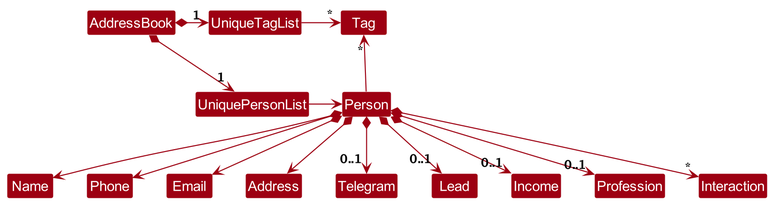
This is docs/images/BetterModelClassDiagram.png from nus-cs2103-AY2324S1/tp, a PlantUML export, as it was before one commit. Its source is kept beside it as docs/diagrams/BetterModelClassDiagram.puml.
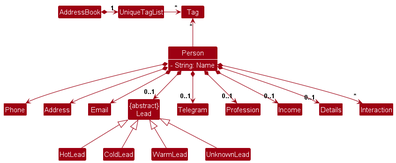
After the commit.

What changed in the source:
```diff
@@ -4,17 +4,19 @@
 skinparam arrowColor MODEL_COLOR
 skinparam classBackgroundColor MODEL_COLOR
 
-AddressBook *-right-> "1" UniquePersonList
 AddressBook *-right-> "1" UniqueTagList
-UniqueTagList -[hidden]down- UniquePersonList
-UniqueTagList -[hidden]down- UniquePersonList
 
 UniqueTagList -right-> "*" Tag
-UniquePersonList -right-> Person
+
+Class Person {
+    <color: #FFFFFF>- String: Name
+}
+Class "{abstract}\nLead" as Lead
+
+show Person fields
 
 Person -up-> "*" Tag
 
-Person *--> Name
 Person *--> Phone
 Person *--> Email
 Person *--> Address
@@ -23,5 +25,19 @@
 Person *--> "0..1" Lead
 Person *--> "0..1" Income
 Person *--> "0..1" Profession
+Person *--> "0..1" Details
 Person *--> "*" Interaction
+
+Phone -[hidden]right-> Address
+Address -[hidden]right-> Email
+Email -[hidden]right-> Lead
+Lead -[hidden]right-> Telegram
+Telegram -[hidden]right-> Profession
+Profession -[hidden]right-> Income
+Income -[hidden]right-> Details
+
+HotLead -up-|> Lead
+ColdLead -up-|> Lead
+WarmLead -up-|> Lead
+UnknownLead -up-|> Lead
 @enduml
```
